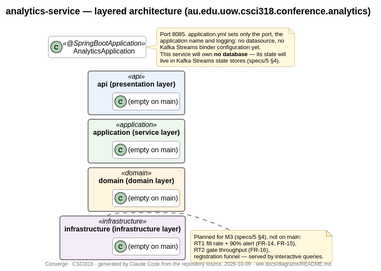
Above: docs/diagrams/svg/layers-analytics.svg in middo221/CSCI318---AI-Microservices-Application (PlantUML), before the change.
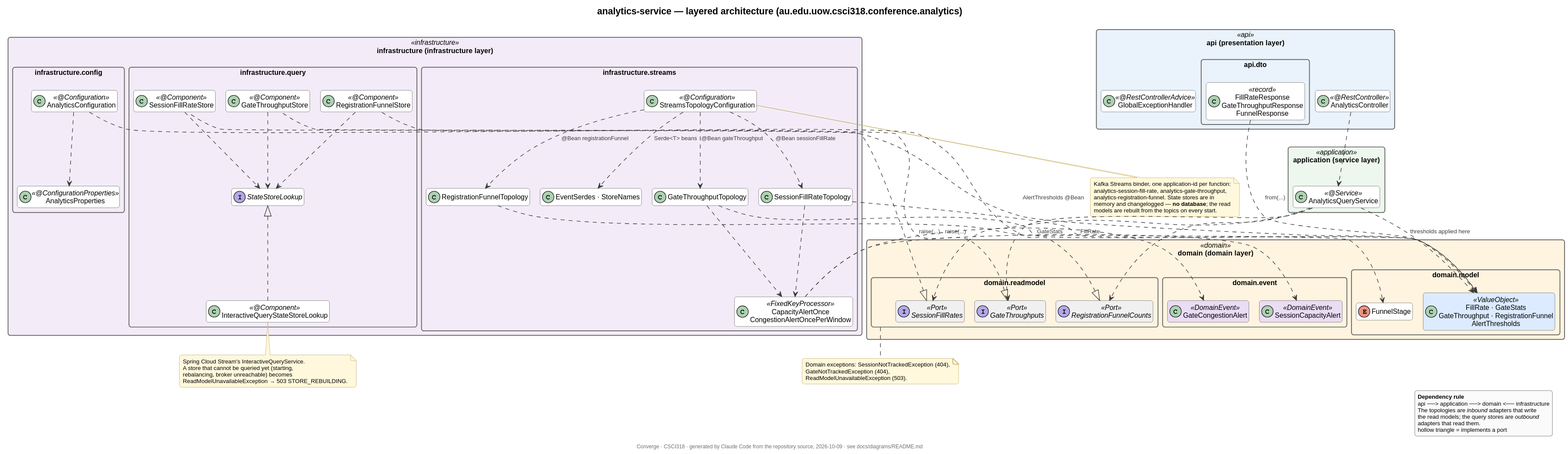
Above is the later version.

Commit message:
docs: draw the analytics layers and topologies

Diff of the diagram source:
```diff
@@ -3,41 +3,117 @@
 !include include/style.iuml
 set separator ::
 hide empty members
+skinparam linetype polyline
 
 title analytics-service — layered architecture (au.edu.uow.csci318.conference.analytics)
 
-class AnalyticsApplication <<@SpringBootApplication>>
-
 package "api  (presentation layer)" as api <<api>> {
-  class "(empty on main)" as api_empty
-}
-package "application  (service layer)" as application <<application>> {
-  class "(empty on main)" as app_empty
-}
-package "domain  (domain layer)" as domain <<domain>> {
-  class "(empty on main)" as dom_empty
-}
-package "infrastructure  (infrastructure layer)" as infrastructure <<infrastructure>> {
-  class "(empty on main)" as inf_empty
+  class AnalyticsController <<@RestController>>
+  class GlobalExceptionHandler <<@RestControllerAdvice>>
+  package "api.dto" as api_dto {
+    class "FillRateResponse\nGateThroughputResponse\nFunnelResponse" as resps <<record>>
+  }
 }
 
-AnalyticsApplication -[hidden]-> api
-api -[hidden]-> application
-application -[hidden]-> domain
-domain -[hidden]-> infrastructure
+package "application  (service layer)" as application <<application>> {
+  class AnalyticsQueryService <<@Service>>
+}
 
-note right of AnalyticsApplication
-  Port 8085. application.yml sets only the port, the
-  application name and logging: no datasource, no
-  Kafka Streams binder configuration yet.
-  This service will own <b>no database</b> — its state will
-  live in Kafka Streams state stores (specs/5 §4).
+package "domain  (domain layer)" as domain <<domain>> {
+  package "domain.model" as dom_model {
+    class "FillRate · GateStats\nGateThroughput · RegistrationFunnel\nAlertThresholds" as vos <<ValueObject>>
+    enum FunnelStage
+  }
+  package "domain.event" as dom_event {
+    class SessionCapacityAlert <<DomainEvent>>
+    class GateCongestionAlert <<DomainEvent>>
+  }
+  package "domain.readmodel" as dom_rm {
+    interface SessionFillRates <<Port>>
+    interface GateThroughputs <<Port>>
+    interface RegistrationFunnelCounts <<Port>>
+  }
+}
+
+package "infrastructure  (infrastructure layer)" as infrastructure <<infrastructure>> {
+  package "infrastructure.streams" as inf_streams {
+    class StreamsTopologyConfiguration <<@Configuration>>
+    class SessionFillRateTopology
+    class GateThroughputTopology
+    class RegistrationFunnelTopology
+    class "CapacityAlertOnce\nCongestionAlertOncePerWindow" as procs <<FixedKeyProcessor>>
+    class "EventSerdes · StoreNames" as serdes
+  }
+  package "infrastructure.query" as inf_query {
+    class SessionFillRateStore <<@Component>>
+    class GateThroughputStore <<@Component>>
+    class RegistrationFunnelStore <<@Component>>
+    interface StateStoreLookup
+    class InteractiveQueryStateStoreLookup <<@Component>>
+  }
+  package "infrastructure.config" as inf_config {
+    class AnalyticsConfiguration <<@Configuration>>
+    class AnalyticsProperties <<@ConfigurationProperties>>
+  }
+}
+
+AnalyticsController ..> AnalyticsQueryService
+resps ..> vos : from(...)
+
+AnalyticsQueryService ..> SessionFillRates
+AnalyticsQueryService ..> GateThroughputs
+AnalyticsQueryService ..> RegistrationFunnelCounts
+AnalyticsQueryService ..> vos : thresholds applied here
+
+SessionFillRates <|.. SessionFillRateStore
+GateThroughputs <|.. GateThroughputStore
+RegistrationFunnelCounts <|.. RegistrationFunnelStore
+SessionFillRateStore ..> StateStoreLookup
+GateThroughputStore ..> StateStoreLookup
+RegistrationFunnelStore ..> StateStoreLookup
+StateStoreLookup <|.. InteractiveQueryStateStoreLookup
+
+StreamsTopologyConfiguration ..> SessionFillRateTopology : @Bean sessionFillRate
+StreamsTopologyConfiguration ..> GateThroughputTopology : @Bean gateThroughput
+StreamsTopologyConfiguration ..> RegistrationFunnelTopology : @Bean registrationFunnel
+StreamsTopologyConfiguration ..> serdes : Serde<T> beans
+SessionFillRateTopology ..> procs
+GateThroughputTopology ..> procs
+procs ..> SessionCapacityAlert : raise(...)
+procs ..> GateCongestionAlert : raise(...)
+SessionFillRateTopology ..> vos : FillRate
+GateThroughputTopology ..> vos : GateStats
+RegistrationFunnelTopology ..> FunnelStage
+AnalyticsConfiguration ..> AnalyticsProperties
+AnalyticsConfiguration ..> vos : AlertThresholds @Bean
+
+note bottom of InteractiveQueryStateStoreLookup
+  Spring Cloud Stream's InteractiveQueryService.
+  A store that cannot be queried yet (starting,
+  rebalancing, broker unreachable) becomes
+  ReadModelUnavailableException → 503 STORE_REBUILDING.
 end note
 
-note right of infrastructure
-  Planned for M3 (specs/5 §4), not on main:
-  RT1 fill rate + 90% alert (FR-14, FR-15),
-  RT2 gate throughput (FR-16),
-  registration funnel — served by interactive queries.
+note bottom of StreamsTopologyConfiguration
+  Kafka Streams binder, one application-id per function:
+  analytics-session-fill-rate, analytics-gate-throughput,
+  analytics-registration-funnel. State stores are in
+  memory and changelogged — <b>no database</b>; the read
+  models are rebuilt from the topics on every start.
 end note
+
+note bottom of dom_rm
+  Domain exceptions: SessionNotTrackedException (404),
+  GateNotTrackedException (404),
+  ReadModelUnavailableException (503).
+end note
+
+legend right
+  <b>Dependency rule</b>
+  api ──> application ──> domain <── infrastructure
+  The topologies are <i>inbound</i> adapters that write
+  the read models; the query stores are <i>outbound</i>
+  adapters that read them.
+  hollow triangle = implements a port
+endlegend
 @enduml
```
